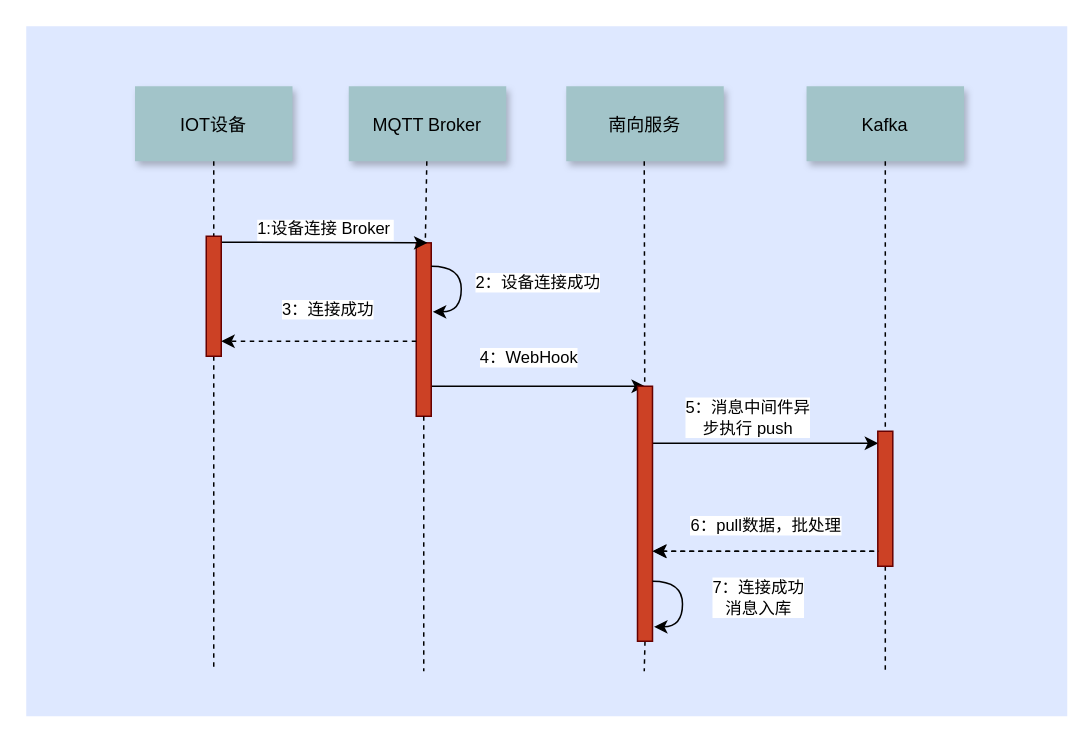
The draw.io diagram WebHook设备已断开连接时序图.drawio in wjwzero/DesignDrawing-, before the edit. Source tidied: cells renumbered, new cells numbered last; positions are measured from the earlier drawing's top-left corner, leaving out a move shared by most shapes. Both pictures are drawn from the tidied source at 150%, with x=0, y=0 at pixel (26, 26).
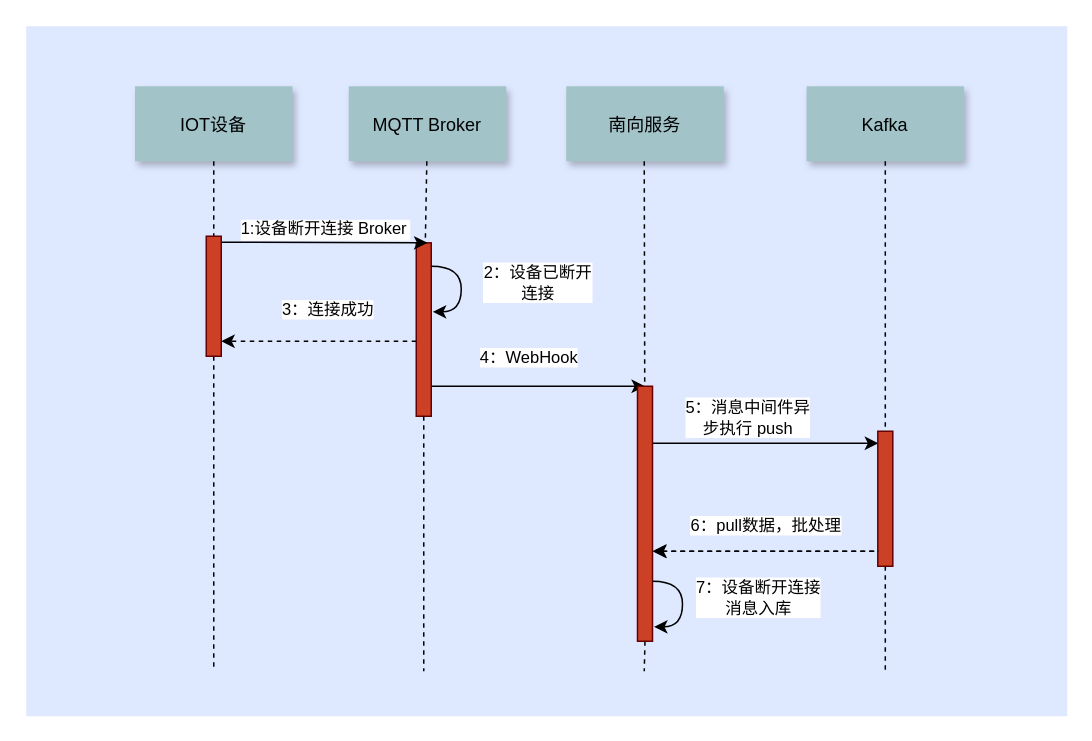
Above is the later version.

Commit message (it also covers changes not shown here):
更新WebHook设备已断开连接时序图.drawio

The change refers to these unchanged cells:
```xml
<mxCell id="6" style="fillColor=#CC4125;strokeColor=#660000;" parent="1" vertex="1">
  <mxGeometry x="260" y="144.4" width="10" height="115.6" as="geometry" />
</mxCell>
<mxCell id="17" style="edgeStyle=orthogonalEdgeStyle;curved=1;rounded=0;orthogonalLoop=1;jettySize=auto;html=1;exitX=0.928;exitY=0.095;exitDx=0;exitDy=0;exitPerimeter=0;" parent="1" edge="1">
  <mxGeometry relative="1" as="geometry">
    <mxPoint x="270" y="160" as="sourcePoint" />
    <mxPoint x="271" y="190.4" as="targetPoint" />
    <Array as="points">
      <mxPoint x="290" y="160.4" />
      <mxPoint x="290" y="190.4" />
      <mxPoint x="271" y="190.4" />
    </Array>
  </mxGeometry>
</mxCell>
<mxCell id="32" style="edgeStyle=orthogonalEdgeStyle;curved=1;rounded=0;orthogonalLoop=1;jettySize=auto;html=1;exitX=0.928;exitY=0.095;exitDx=0;exitDy=0;exitPerimeter=0;" parent="1" edge="1">
  <mxGeometry relative="1" as="geometry">
    <mxPoint x="417.5" y="370" as="sourcePoint" />
    <mxPoint x="418.5" y="400.4" as="targetPoint" />
    <Array as="points">
      <mxPoint x="437.5" y="370.4" />
      <mxPoint x="437.5" y="400.4" />
      <mxPoint x="418.5" y="400.4" />
    </Array>
  </mxGeometry>
</mxCell>
```

Diff of the diagram source:
```diff
@@
-    <mxCell id="13" value="1:设备连接 Broker" style="edgeStyle=none;verticalLabelPosition=top;verticalAlign=bottom;entryX=0.75;entryY=0;entryDx=0;entryDy=0;" parent="1" edge="1" target="6">
+    <mxCell id="13" value="1:设备断开连接 Broker" style="edgeStyle=none;verticalLabelPosition=top;verticalAlign=bottom;entryX=0.75;entryY=0;entryDx=0;entryDy=0;" parent="1" edge="1" target="6">
       <mxGeometry x="243" y="77.1" as="geometry">
         <mxPoint x="130" y="144" as="sourcePoint" />
       </mxGeometry>
     </mxCell>
@@
-    <mxCell id="18" value="2：设备连接成功" style="edgeLabel;html=1;align=center;verticalAlign=middle;" parent="17" vertex="1">
+    <mxCell id="18" value="2：设备已断开&lt;br&gt;连接" style="edgeLabel;html=1;align=center;verticalAlign=middle;" parent="17" vertex="1">
       <mxGeometry x="-0.31" y="-1" relative="1" as="geometry">
         <mxPoint x="51" y="6.7" as="offset" />
       </mxGeometry>
     </mxCell>
@@
-    <mxCell id="33" value="7：连接成功&lt;br&gt;消息入库" style="edgeLabel;html=1;align=center;verticalAlign=middle;" parent="32" vertex="1">
+    <mxCell id="33" value="7：设备断开连接&lt;br&gt;消息入库" style="edgeLabel;html=1;align=center;verticalAlign=middle;" parent="32" vertex="1">
       <mxGeometry x="-0.31" y="-1" relative="1" as="geometry">
         <mxPoint x="51" y="6.7" as="offset" />
       </mxGeometry>
     </mxCell>
```
